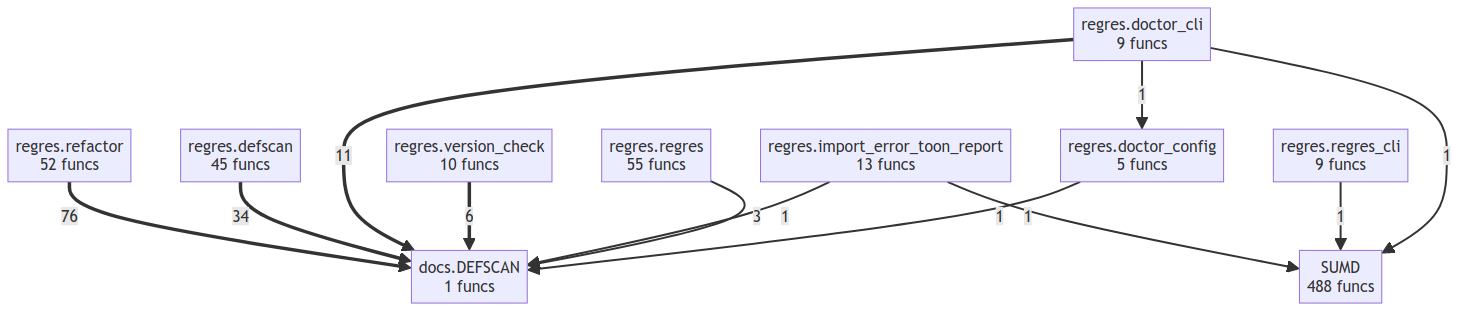
Before: project/compact_flow.png, a diagram exported from Mermaid (semcod/regres). Its source is kept beside it as project/compact_flow.mmd.
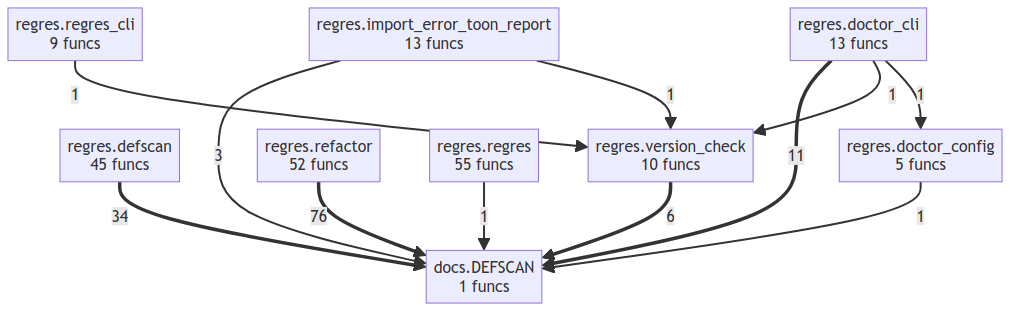
After the change.

Diff of the diagram source:
```diff
@@ -1,8 +1,7 @@
 flowchart TD
-    SUMD["SUMD<br/>488 funcs"]
     docs__DEFSCAN["docs.DEFSCAN<br/>1 funcs"]
     regres__defscan["regres.defscan<br/>45 funcs"]
-    regres__doctor_cli["regres.doctor_cli<br/>9 funcs"]
+    regres__doctor_cli["regres.doctor_cli<br/>13 funcs"]
     regres__doctor_config["regres.doctor_config<br/>5 funcs"]
     regres__import_error_toon_report["regres.import_error_toon_report<br/>13 funcs"]
     regres__refactor["regres.refactor<br/>52 funcs"]
@@ -15,8 +14,8 @@
     regres__version_check ==>|6| docs__DEFSCAN
     regres__import_error_toon_report -->|3| docs__DEFSCAN
     regres__regres -->|1| docs__DEFSCAN
-    regres__import_error_toon_report -->|1| SUMD
-    regres__regres_cli -->|1| SUMD
-    regres__doctor_cli -->|1| SUMD
+    regres__doctor_config -->|1| docs__DEFSCAN
+    regres__import_error_toon_report -->|1| regres__version_check
+    regres__regres_cli -->|1| regres__version_check
+    regres__doctor_cli -->|1| regres__version_check
     regres__doctor_cli -->|1| regres__doctor_config
-    regres__doctor_config -->|1| docs__DEFSCAN
```
